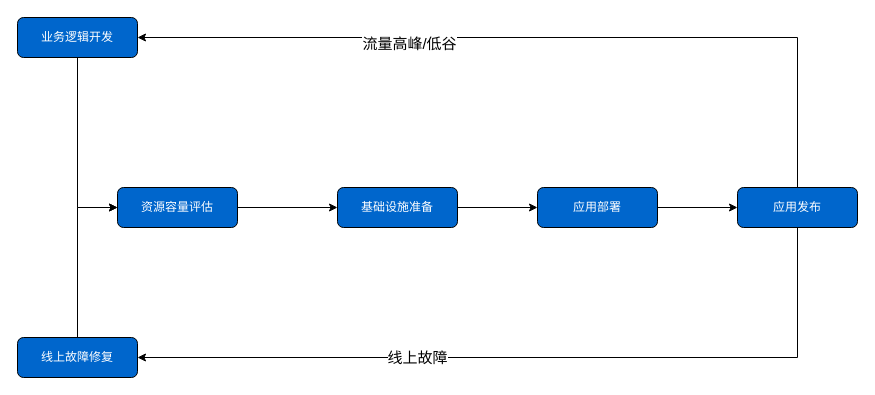
Earlier version of the draw.io diagram faas.drawio (ming3000/draw_io). Source tidied: cells renumbered, new cells numbered last; positions are measured from the earlier drawing's top-left corner, leaving out a move shared by most shapes. Both pictures are drawn from the tidied source at 100%, with x=0, y=0 at pixel (17, 17).
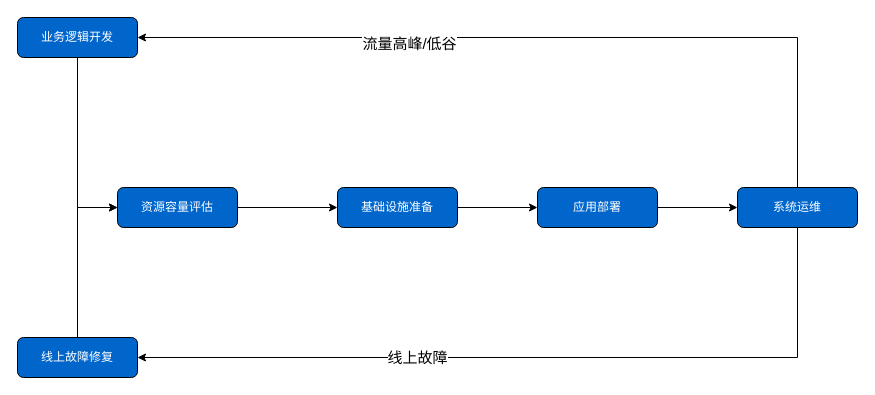
Above is the later version.

The edit, as a diff of the source:
```diff
@@
 <mxGraphModel>
   <root>
     <mxCell id="0" />
     <mxCell id="1" parent="0" />
     <mxCell id="2" style="edgeStyle=orthogonalEdgeStyle;rounded=0;jettySize=auto;html=1;fontColor=#FFFFFF;" parent="1" edge="1" source="3" target="8">
       <mxGeometry relative="1" as="geometry" />
     </mxCell>
     <mxCell id="3" value="应用部署" style="rounded=1;whiteSpace=wrap;html=1;fillColor=#0066CC;fontColor=#FFFFFF;" parent="1" vertex="1">
       <mxGeometry x="520" y="170" width="120" height="40" as="geometry" />
     </mxCell>
     <mxCell id="4" style="edgeStyle=orthogonalEdgeStyle;rounded=0;jettySize=auto;html=1;exitX=0.5;exitY=1;exitDx=0;exitDy=0;fontColor=#FFFFFF;entryX=1;entryY=0.5;entryDx=0;entryDy=0;" parent="1" edge="1" source="8" target="12">
       <mxGeometry relative="1" as="geometry" />
     </mxCell>
     <mxCell id="5" value="线上故障" style="edgeLabel;html=1;align=center;verticalAlign=middle;fontSize=15;fontColor=#000000;" parent="4" vertex="1">
       <mxGeometry x="0.29" y="-1" relative="1" as="geometry" />
     </mxCell>
     <mxCell id="6" style="edgeStyle=orthogonalEdgeStyle;rounded=0;jettySize=auto;html=1;exitX=0.5;exitY=0;exitDx=0;exitDy=0;entryX=1;entryY=0.5;entryDx=0;entryDy=0;fontColor=#FFFFFF;" parent="1" edge="1" source="8" target="10">
       <mxGeometry relative="1" as="geometry" />
     </mxCell>
     <mxCell id="7" value="流量高峰/低谷" style="edgeLabel;html=1;align=center;verticalAlign=middle;fontColor=#000000;fontSize=15;" parent="6" vertex="1">
       <mxGeometry x="0.33" y="5" relative="1" as="geometry" />
     </mxCell>
-    <mxCell id="8" value="应用发布" style="rounded=1;whiteSpace=wrap;html=1;fillColor=#0066CC;fontColor=#FFFFFF;" parent="1" vertex="1">
+    <mxCell id="8" value="系统运维" style="rounded=1;whiteSpace=wrap;html=1;fillColor=#0066CC;fontColor=#FFFFFF;" parent="1" vertex="1">
       <mxGeometry x="720" y="170" width="120" height="40" as="geometry" />
     </mxCell>
     <mxCell id="9" style="edgeStyle=orthogonalEdgeStyle;rounded=0;jettySize=auto;html=1;exitX=0.5;exitY=1;exitDx=0;exitDy=0;entryX=0;entryY=0.5;entryDx=0;entryDy=0;fontColor=#FFFFFF;" parent="1" edge="1" source="10" target="14">
       <mxGeometry relative="1" as="geometry" />
     </mxCell>
     <mxCell id="10" value="业务逻辑开发" style="rounded=1;whiteSpace=wrap;html=1;fillColor=#0066CC;fontColor=#FFFFFF;" parent="1" vertex="1">
       <mxGeometry width="120" height="40" as="geometry" />
     </mxCell>
     <mxCell id="11" style="edgeStyle=orthogonalEdgeStyle;rounded=0;jettySize=auto;html=1;exitX=0.5;exitY=0;exitDx=0;exitDy=0;entryX=0;entryY=0.5;entryDx=0;entryDy=0;fontColor=#FFFFFF;" parent="1" edge="1" source="12" target="14">
       <mxGeometry relative="1" as="geometry" />
     </mxCell>
     <mxCell id="12" value="线上故障修复" style="rounded=1;whiteSpace=wrap;html=1;fillColor=#0066CC;fontColor=#FFFFFF;" parent="1" vertex="1">
       <mxGeometry y="320" width="120" height="40" as="geometry" />
     </mxCell>
     <mxCell id="13" style="edgeStyle=orthogonalEdgeStyle;rounded=0;jettySize=auto;html=1;fontColor=#FFFFFF;" parent="1" edge="1" source="14" target="16">
       <mxGeometry relative="1" as="geometry" />
     </mxCell>
     <mxCell id="14" value="资源容量评估" style="rounded=1;whiteSpace=wrap;html=1;fillColor=#0066CC;fontColor=#FFFFFF;" parent="1" vertex="1">
       <mxGeometry x="100" y="170" width="120" height="40" as="geometry" />
     </mxCell>
     <mxCell id="15" style="edgeStyle=orthogonalEdgeStyle;rounded=0;jettySize=auto;html=1;fontColor=#FFFFFF;" parent="1" edge="1" source="16" target="3">
       <mxGeometry relative="1" as="geometry" />
     </mxCell>
     <mxCell id="16" value="基础设施准备" style="rounded=1;whiteSpace=wrap;html=1;fillColor=#0066CC;fontColor=#FFFFFF;" parent="1" vertex="1">
       <mxGeometry x="320" y="170" width="120" height="40" as="geometry" />
     </mxCell>
   </root>
 </mxGraphModel>
```
